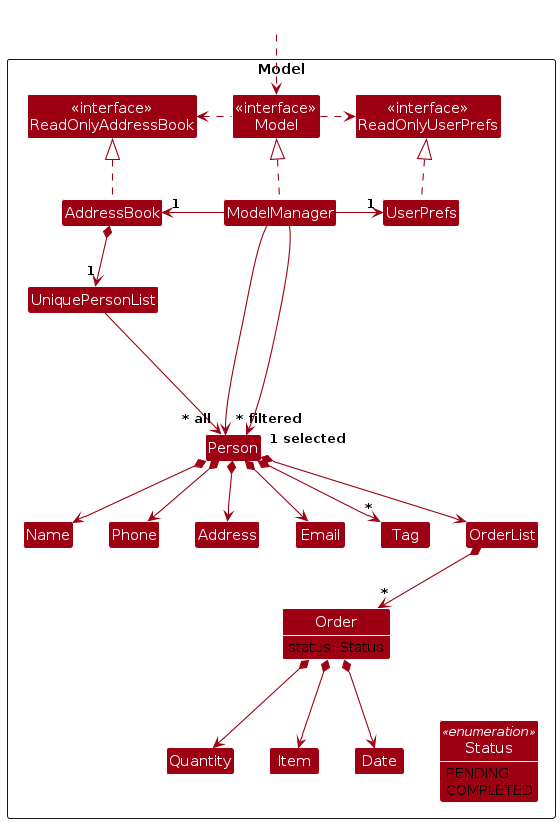
The PlantUML diagram diagrams/ModelClassDiagram.png in FooChao/tp, before a commit. Its source is kept beside it as diagrams/ModelClassDiagram.puml.
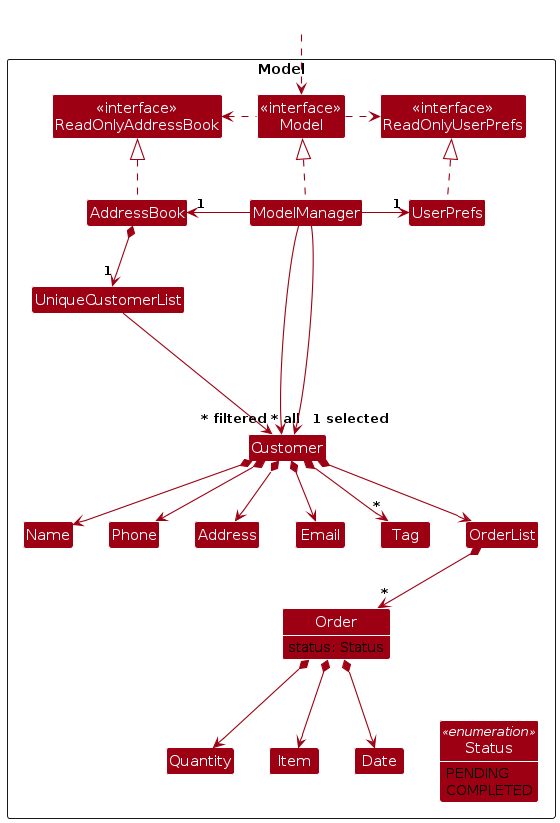
Above is the later version.

Diff of the diagram source:
```diff
@@ -12,8 +12,8 @@
 Class ModelManager
 Class UserPrefs
 
-Class UniquePersonList
-Class Person
+Class UniqueCustomerList
+Class Customer
 Class Address
 Class Email
 Class Name
@@ -48,21 +48,21 @@
 ModelManager -right-> "1" UserPrefs
 UserPrefs .up.|> ReadOnlyUserPrefs
 
-AddressBook *--> "1" UniquePersonList
-UniquePersonList --> "~* all" Person
-Person *--> Name
-Person *--> Phone
-Person *--> Email
-Person *--> Address
-Person *--> "*" Tag
-Person *--> OrderList
+AddressBook *--> "1" UniqueCustomerList
+UniqueCustomerList --> "~* all" Customer
+Customer *--> Name
+Customer *--> Phone
+Customer *--> Email
+Customer *--> Address
+Customer *--> "*" Tag
+Customer *--> OrderList
 OrderList *--> "*" Order
 Order *--> Item
 Order *--> Date
 Order *--> Quantity
 
-Person -[hidden]up--> I
-UniquePersonList -[hidden]right-> I
+Customer -[hidden]up--> I
+UniqueCustomerList -[hidden]right-> I
 
 Name -[hidden]right-> Phone
 Phone -[hidden]right-> Address
@@ -73,6 +73,6 @@
 show Order members
 hide Order methods
 
-ModelManager --> "~* filtered" Person
-ModelManager --> "1 selected" Person
+ModelManager --> "~* filtered" Customer
+ModelManager --> "1 selected" Customer
 @enduml
```
